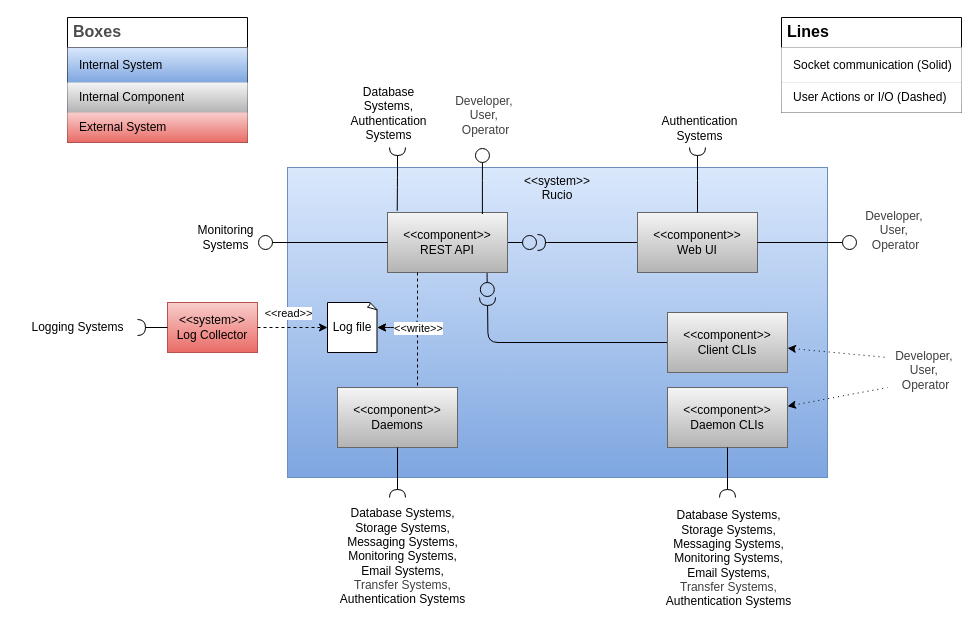
mgajek-cern/architecture-docs keeps this draw.io diagram as diagrams/Building Block Lvl 1 View.drawio. Above is the earlier version. Source tidied: cells renumbered, new cells numbered last; positions are measured from the earlier drawing's top-left corner, leaving out a move shared by most shapes. Both pictures are drawn from the tidied source at 100%, with x=0, y=0 at pixel (17, 17).
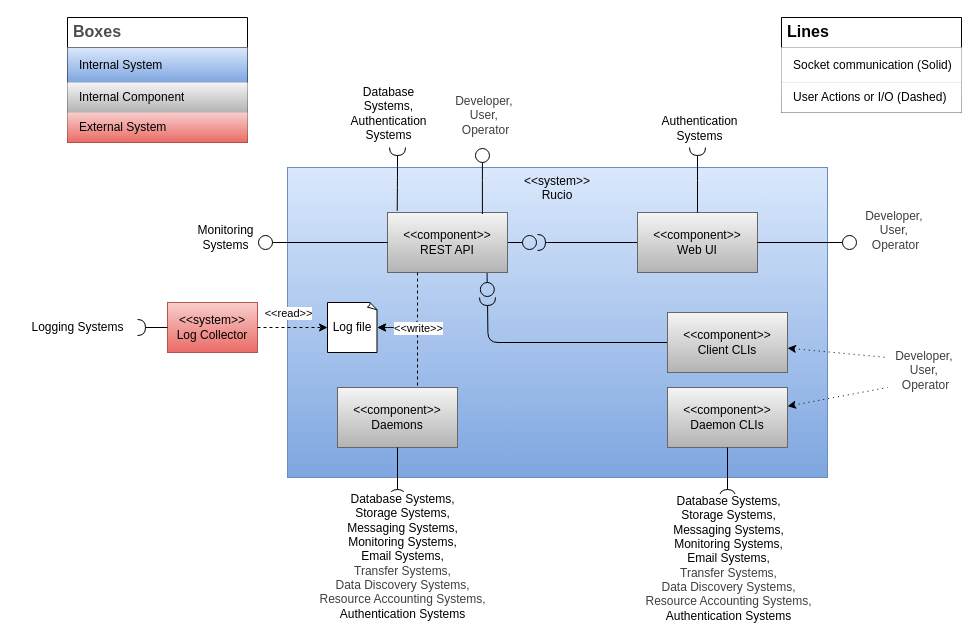
After the change.

Commit message (it also covers changes not shown here):
docs: extend high level component diagrams based on new requirements

What changed in the source:
```diff
@@
-    <mxCell id="40" value="&lt;font style=&quot;font-size: 12px;&quot;&gt;&lt;span style=&quot;color: rgb(0, 0, 0);&quot;&gt;Database Systems,&lt;/span&gt;&lt;br&gt;Storage Systems,&lt;/font&gt;&lt;div&gt;&lt;font style=&quot;font-size: 12px;&quot;&gt;Messaging Systems,&lt;br&gt;Monitoring Systems,&lt;/font&gt;&lt;/div&gt;&lt;div&gt;&lt;font style=&quot;font-size: 12px;&quot;&gt;Email Systems,&lt;/font&gt;&lt;/div&gt;&lt;div&gt;&lt;span style=&quot;color: rgb(63, 63, 63);&quot;&gt;&lt;font style=&quot;font-size: 12px;&quot;&gt;Transfer Systems,&lt;br&gt;&lt;/font&gt;&lt;/span&gt;&lt;/div&gt;&lt;div&gt;&lt;span style=&quot;color: rgb(0, 0, 0);&quot;&gt;&lt;font style=&quot;font-size: 12px;&quot;&gt;Authentication Systems&lt;br&gt;&lt;/font&gt;&lt;/span&gt;&lt;/div&gt;" style="edgeLabel;html=1;align=center;verticalAlign=middle;" parent="1" vertex="1">
+    <mxCell id="40" value="&lt;font style=&quot;font-size: 12px;&quot;&gt;&lt;span style=&quot;color: rgb(0, 0, 0);&quot;&gt;Database Systems,&lt;/span&gt;&lt;br&gt;Storage Systems,&lt;/font&gt;&lt;div&gt;&lt;font style=&quot;font-size: 12px;&quot;&gt;Messaging Systems,&lt;br&gt;Monitoring Systems,&lt;/font&gt;&lt;/div&gt;&lt;div&gt;&lt;font style=&quot;font-size: 12px;&quot;&gt;Email Systems,&lt;/font&gt;&lt;/div&gt;&lt;div&gt;&lt;span style=&quot;color: rgb(63, 63, 63);&quot;&gt;&lt;font style=&quot;font-size: 12px;&quot;&gt;Transfer Systems,&lt;br&gt;&lt;div style=&quot;color: rgb(63, 63, 63); scrollbar-color: rgb(226, 226, 226) rgb(251, 251, 251); font-size: 11px;&quot;&gt;&lt;span style=&quot;scrollbar-color: rgb(226, 226, 226) rgb(251, 251, 251); color: rgb(63, 63, 63);&quot;&gt;&lt;font style=&quot;color: rgb(63, 63, 63); scrollbar-color: rgb(226, 226, 226) rgb(251, 251, 251); font-size: 12px;&quot;&gt;Data Discovery Systems,&lt;/font&gt;&lt;/span&gt;&lt;/div&gt;&lt;div style=&quot;color: rgb(63, 63, 63); scrollbar-color: rgb(226, 226, 226) rgb(251, 251, 251); font-size: 11px;&quot;&gt;&lt;span style=&quot;scrollbar-color: rgb(226, 226, 226) rgb(251, 251, 251); color: rgb(63, 63, 63);&quot;&gt;&lt;font style=&quot;color: rgb(63, 63, 63); scrollbar-color: rgb(226, 226, 226) rgb(251, 251, 251); font-size: 12px;&quot;&gt;&lt;span style=&quot;color: rgb(63, 63, 63); scrollbar-color: rgb(226, 226, 226) rgb(251, 251, 251);&quot;&gt;Resource Accounting Systems,&lt;/span&gt;&lt;/font&gt;&lt;/span&gt;&lt;/div&gt;&lt;/font&gt;&lt;/span&gt;&lt;/div&gt;&lt;div&gt;&lt;span style=&quot;color: rgb(0, 0, 0);&quot;&gt;&lt;font style=&quot;font-size: 12px;&quot;&gt;Authentication Systems&lt;br&gt;&lt;/font&gt;&lt;/span&gt;&lt;/div&gt;" style="edgeLabel;html=1;align=center;verticalAlign=middle;" parent="1" vertex="1">
       <mxGeometry x="710" y="540" as="geometry" />
     </mxCell>
@@
-    <mxCell id="44" value="&lt;font style=&quot;font-size: 12px;&quot;&gt;&lt;span style=&quot;color: rgb(0, 0, 0);&quot;&gt;Database Systems,&lt;/span&gt;&lt;br&gt;Storage Systems,&lt;/font&gt;&lt;div&gt;&lt;font style=&quot;font-size: 12px;&quot;&gt;Messaging Systems,&lt;br&gt;Monitoring Systems,&lt;/font&gt;&lt;/div&gt;&lt;div&gt;&lt;font style=&quot;font-size: 12px;&quot;&gt;Email Systems,&lt;/font&gt;&lt;/div&gt;&lt;div&gt;&lt;span style=&quot;color: rgb(63, 63, 63);&quot;&gt;&lt;font style=&quot;font-size: 12px;&quot;&gt;Transfer Systems,&lt;br&gt;&lt;/font&gt;&lt;/span&gt;&lt;/div&gt;&lt;div&gt;&lt;span style=&quot;color: rgb(0, 0, 0);&quot;&gt;&lt;font style=&quot;font-size: 12px;&quot;&gt;Authentication Systems&lt;br&gt;&lt;/font&gt;&lt;/span&gt;&lt;/div&gt;" style="edgeLabel;html=1;align=center;verticalAlign=middle;" parent="1" vertex="1">
+    <mxCell id="44" value="&lt;font style=&quot;font-size: 12px;&quot;&gt;&lt;span style=&quot;color: rgb(0, 0, 0);&quot;&gt;Database Systems,&lt;/span&gt;&lt;br&gt;Storage Systems,&lt;/font&gt;&lt;div&gt;&lt;font style=&quot;font-size: 12px;&quot;&gt;Messaging Systems,&lt;br&gt;Monitoring Systems,&lt;/font&gt;&lt;/div&gt;&lt;div&gt;&lt;font style=&quot;font-size: 12px;&quot;&gt;Email Systems,&lt;/font&gt;&lt;/div&gt;&lt;div&gt;&lt;span style=&quot;color: rgb(63, 63, 63);&quot;&gt;&lt;font style=&quot;font-size: 12px;&quot;&gt;Transfer Systems,&lt;br&gt;Data Discovery Systems,&lt;/font&gt;&lt;/span&gt;&lt;/div&gt;&lt;div&gt;&lt;span style=&quot;color: rgb(63, 63, 63);&quot;&gt;&lt;font style=&quot;font-size: 12px;&quot;&gt;&lt;span style=&quot;color: rgb(63, 63, 63);&quot;&gt;Resource Accounting Systems,&lt;/span&gt;&lt;/font&gt;&lt;/span&gt;&lt;/div&gt;&lt;div&gt;&lt;span style=&quot;color: rgb(0, 0, 0);&quot;&gt;&lt;font style=&quot;font-size: 12px;&quot;&gt;Authentication Systems&lt;br&gt;&lt;/font&gt;&lt;/span&gt;&lt;/div&gt;" style="edgeLabel;html=1;align=center;verticalAlign=middle;" parent="1" vertex="1">
       <mxGeometry x="720" y="550" as="geometry">
         <mxPoint x="-336" y="-12" as="offset" />
       </mxGeometry>
     </mxCell>
```
